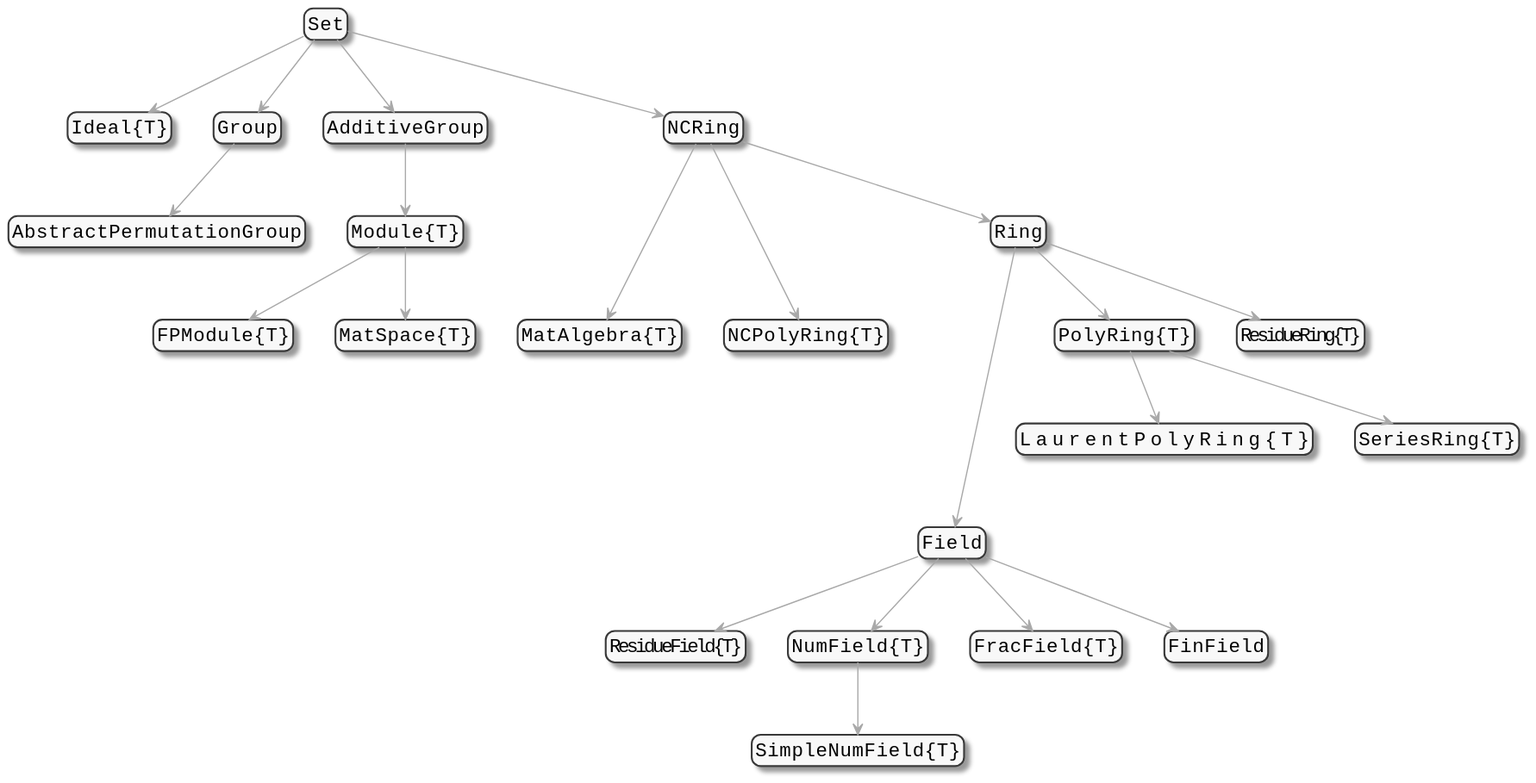
Earlier version of the PlantUML export docs/src/assets/parents_diagram.svg (Nemocas/AbstractAlgebra.jl).
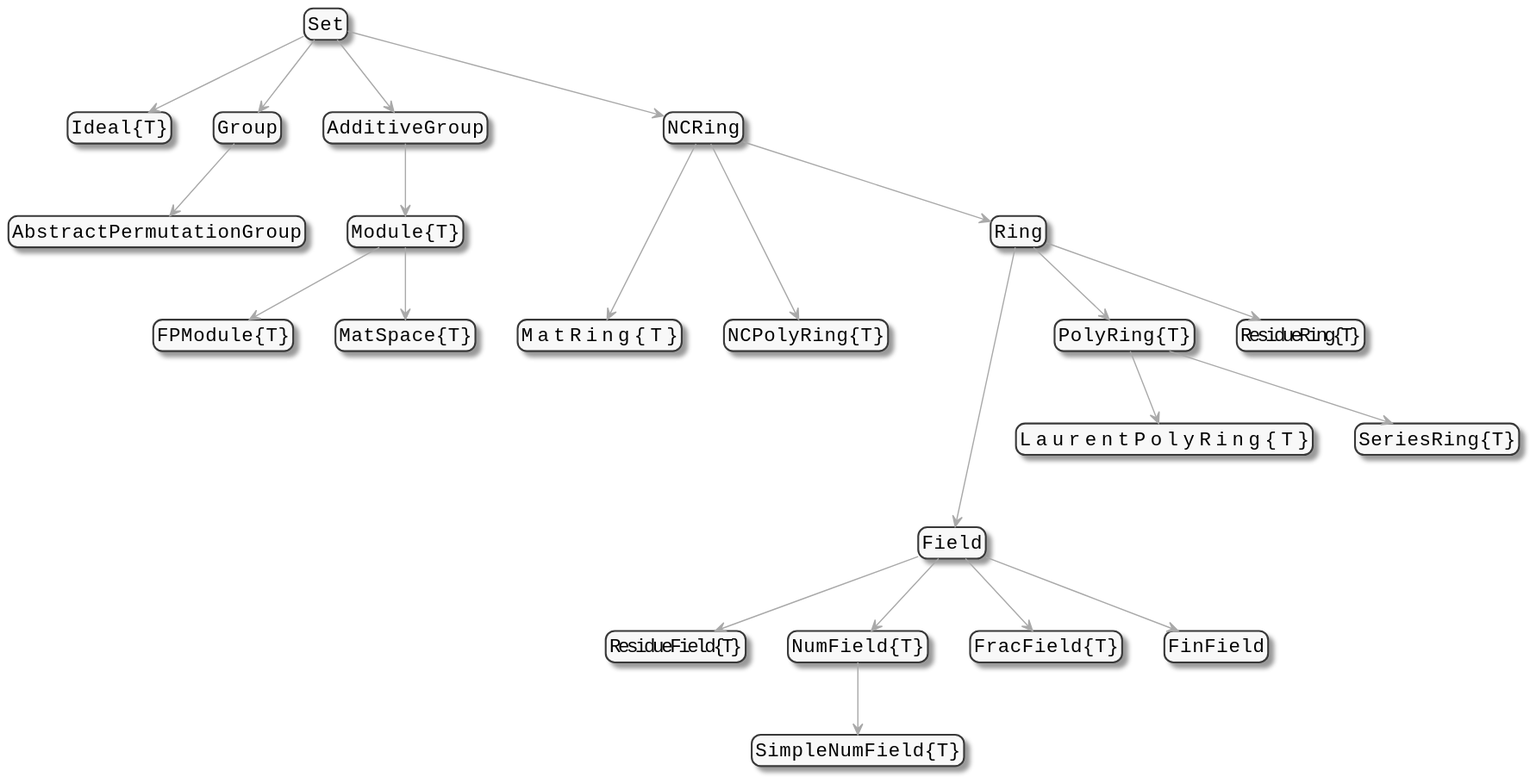
Later version of the same file.

The edit, as a diff of the source:
```diff
@@ -16,7 +16,7 @@
 "Module{T}" -down-> "MatSpace{T}"
 
 "Set" -down-> "NCRing"
-"NCRing" -down--> "MatAlgebra{T}"
+"NCRing" -down--> "MatRing{T}"
 "NCRing" -down--> "NCPolyRing{T}"
 "NCRing" -down-> "Ring"
 
```
